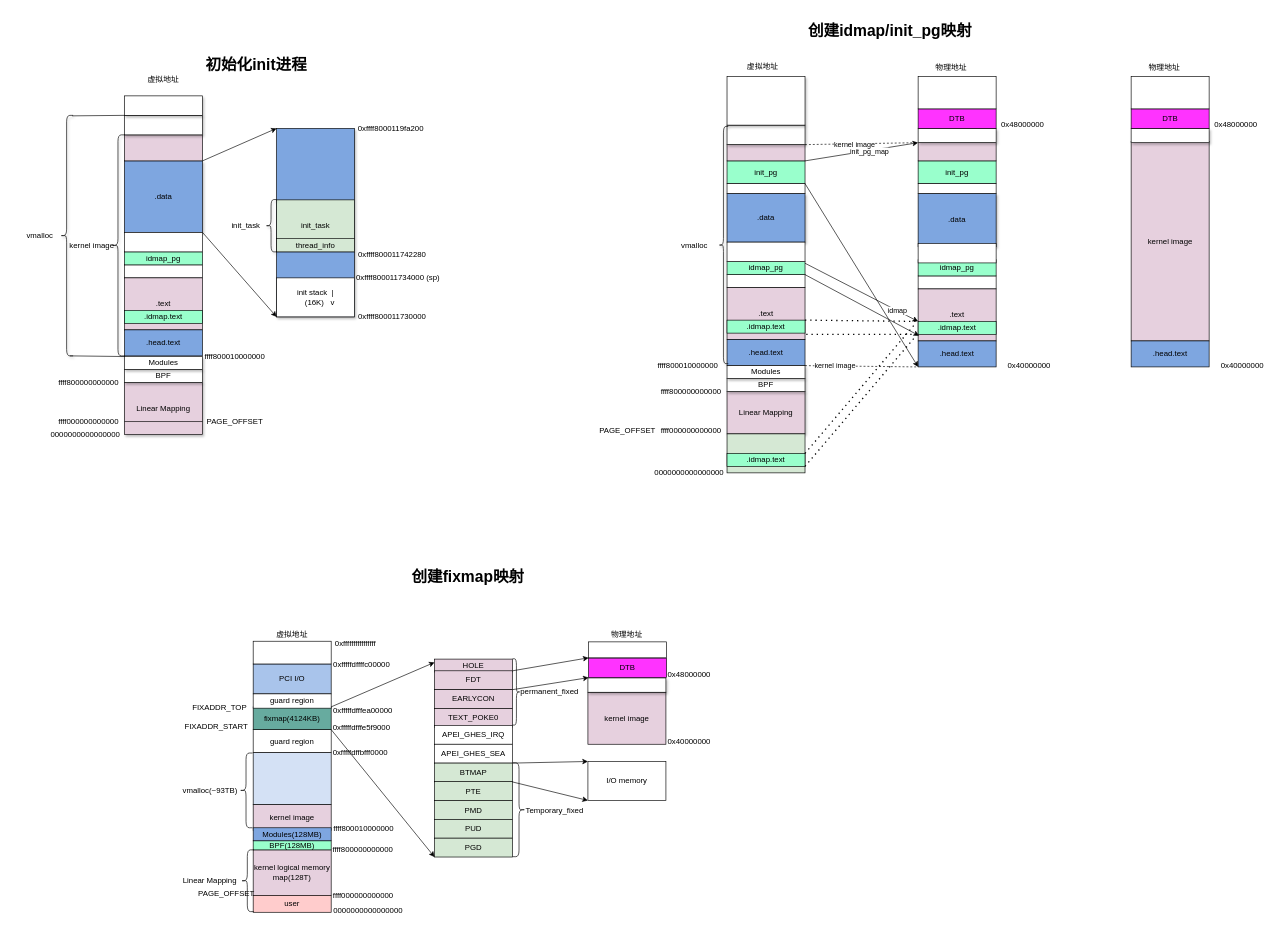
jasonactions/graph keeps this draw.io diagram as kernel_start.drawio. Above is the earlier version. Source tidied: cells renumbered, new cells numbered last; positions are measured from the earlier drawing's top-left corner, leaving out a move shared by most shapes. Both pictures are drawn from the tidied source at 65%, with x=0, y=0 at pixel (14, 18).
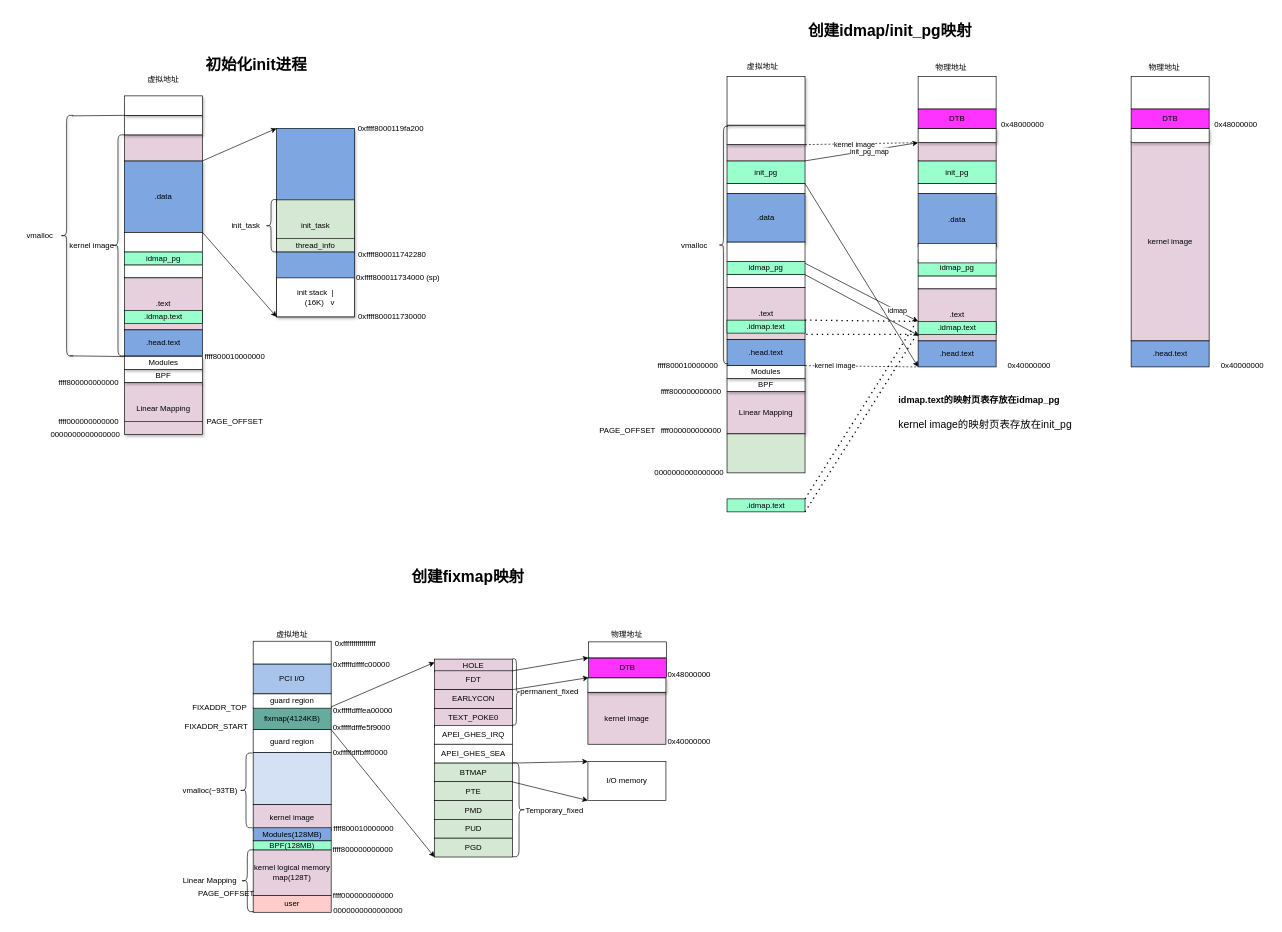
Above is the later version.

Diff of the diagram source:
```diff
@@
     <mxCell id="161" value=".idmap.text" style="rounded=0;whiteSpace=wrap;html=1;shadow=0;strokeColor=#000000;fillColor=#99FFCC;" parent="1" vertex="1">
-      <mxGeometry x="1097" y="670" width="120" height="20" as="geometry" />
+      <mxGeometry x="1097" y="740" width="120" height="20" as="geometry" />
     </mxCell>
@@
+    <mxCell id="166" value="&lt;h1&gt;&lt;font style=&quot;font-size: 14px&quot;&gt;idmap.text的映射页表存放在idmap_pg&lt;/font&gt;&lt;/h1&gt;&lt;div&gt;&lt;font size=&quot;3&quot;&gt;kernel image的映射页表存放在init_pg&lt;/font&gt;&lt;/div&gt;" style="text;html=1;strokeColor=none;fillColor=none;spacing=5;spacingTop=-20;whiteSpace=wrap;overflow=hidden;rounded=0;shadow=0;" parent="1" vertex="1">
+      <mxGeometry x="1356" y="565" width="281" height="85" as="geometry" />
+    </mxCell>
```
